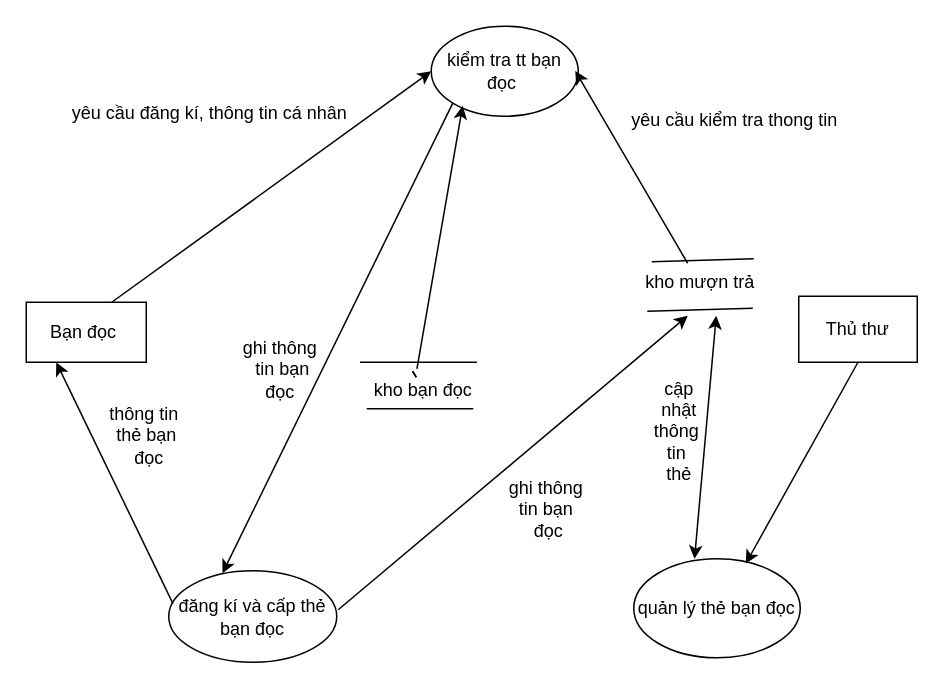
Before: page "sơ đồ mức dưởi đỉnh quản lí mượn , trả" (6 of 9) of Đồ án nhóm 1.drawio in Nguyenquynh235/DoAnNhom1, a draw.io diagram. Source tidied: cells renumbered, new cells numbered last; positions are measured from the earlier drawing's top-left corner, leaving out a move shared by most shapes. Both pictures are drawn from the tidied source at 150%, with x=0, y=0 at pixel (26, 26).
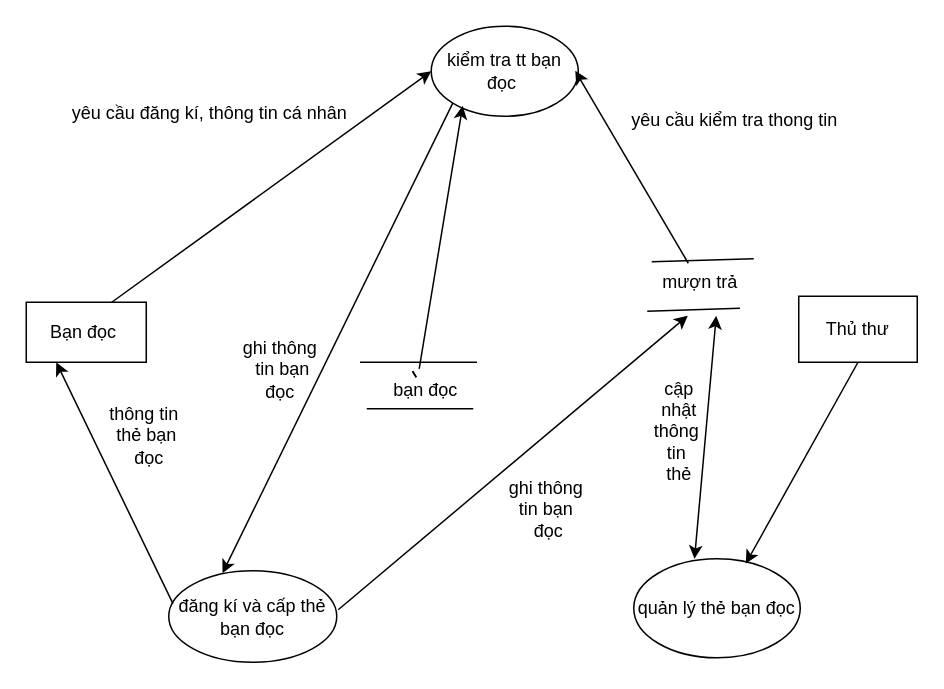
Above is the later version.

Commit message (it also covers changes not shown here):
Cập nhật Đồ án nhóm 1.drawio

The edit, as a diff of the source:
```diff
@@
-    <mxCell id="11" value="kho mượn trả" style="text;html=1;align=center;verticalAlign=middle;points=[];strokeColor=none;fillColor=none;" parent="1" vertex="1">
-      <mxGeometry x="403" y="158" width="91" height="26" as="geometry" />
+    <mxCell id="11" value="mượn trả" style="text;html=1;align=center;verticalAlign=middle;points=[];strokeColor=none;fillColor=none;" parent="1" vertex="1">
+      <mxGeometry x="415" y="158" width="68" height="26" as="geometry" />
     </mxCell>
@@
-    <mxCell id="18" value="kho bạn đọc&amp;nbsp;" style="text;html=1;align=center;verticalAlign=middle;points=[];strokeColor=none;fillColor=none;" parent="1" vertex="1">
-      <mxGeometry x="222" y="230" width="87" height="26" as="geometry" />
+    <mxCell id="18" value="bạn đọc" style="text;html=1;align=center;verticalAlign=middle;points=[];strokeColor=none;fillColor=none;" parent="1" vertex="1">
+      <mxGeometry x="235" y="230" width="61" height="26" as="geometry" />
     </mxCell>
```
